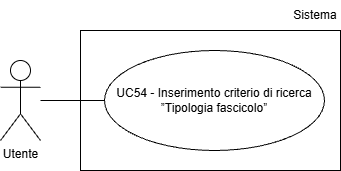
Earlier version of the draw.io export assets/Use_Case_Diagrams/UC54.png (Team-Three-Technologies/Documenti). Source tidied: cells renumbered, new cells last; positions are measured from the earlier drawing's top-left corner, leaving out a move shared by most shapes. Its diagram source:
```xml
<mxGraphModel>
  <root>
    <mxCell id="0" />
    <mxCell id="1" parent="0" />
    <mxCell id="2" value="Utente" style="shape=umlActor;verticalLabelPosition=bottom;verticalAlign=top;html=1;" parent="1" vertex="1">
      <mxGeometry y="60" width="40" height="80" as="geometry" />
    </mxCell>
    <mxCell id="3" value="UC54 - Inserimento criterio di ricerca ”Tipologia fascicolo”" style="ellipse;whiteSpace=wrap;html=1;align=center;" parent="1" vertex="1">
      <mxGeometry x="104" y="50" width="220" height="100" as="geometry" />
    </mxCell>
    <mxCell id="4" style="endArrow=none;html=1;rounded=0;entryX=0;entryY=0.5;entryDx=0;entryDy=0;" parent="1" edge="1" target="3">
      <mxGeometry relative="1" as="geometry">
        <mxPoint x="40" y="100" as="sourcePoint" />
      </mxGeometry>
    </mxCell>
    <mxCell id="5" style="rounded=0;whiteSpace=wrap;html=1;fillColor=none;" parent="1" vertex="1">
      <mxGeometry x="80" y="30" width="260" height="140" as="geometry" />
    </mxCell>
    <mxCell id="6" value="Sistema" style="text;html=1;whiteSpace=wrap;strokeColor=none;fillColor=none;align=center;verticalAlign=middle;rounded=0;" parent="1" vertex="1">
      <mxGeometry x="290" width="50" height="30" as="geometry" />
    </mxCell>
  </root>
</mxGraphModel>
```
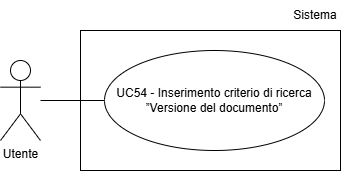
Later version of the same file.

Change to the diagram source:
```diff
@@ -5,19 +5,19 @@
     <mxCell id="2" value="Utente" style="shape=umlActor;verticalLabelPosition=bottom;verticalAlign=top;html=1;" parent="1" vertex="1">
       <mxGeometry y="60" width="40" height="80" as="geometry" />
     </mxCell>
-    <mxCell id="3" value="UC54 - Inserimento criterio di ricerca ”Tipologia fascicolo”" style="ellipse;whiteSpace=wrap;html=1;align=center;" parent="1" vertex="1">
-      <mxGeometry x="104" y="50" width="220" height="100" as="geometry" />
-    </mxCell>
-    <mxCell id="4" style="endArrow=none;html=1;rounded=0;entryX=0;entryY=0.5;entryDx=0;entryDy=0;" parent="1" edge="1" target="3">
-      <mxGeometry relative="1" as="geometry">
-        <mxPoint x="40" y="100" as="sourcePoint" />
-      </mxGeometry>
-    </mxCell>
+    <mxCell id="7" value="UC54 - Inserimento criterio di ricerca ”Versione del documento”" style="ellipse;whiteSpace=wrap;html=1;align=center;" parent="1" vertex="1">
+      <mxGeometry x="104" y="50" width="220" height="100" as="geometry" />
+    </mxCell>
+    <mxCell id="8" style="endArrow=none;html=1;rounded=0;entryX=0;entryY=0.5;entryDx=0;entryDy=0;" parent="1" edge="1" target="7">
+      <mxGeometry relative="1" as="geometry">
+        <mxPoint x="40" y="100" as="sourcePoint" />
+      </mxGeometry>
+    </mxCell>
+    <mxCell id="6" value="Sistema" style="text;html=1;whiteSpace=wrap;strokeColor=none;fillColor=none;align=center;verticalAlign=middle;rounded=0;" parent="1" vertex="1">
+      <mxGeometry x="290" width="50" height="30" as="geometry" />
+    </mxCell>
     <mxCell id="5" style="rounded=0;whiteSpace=wrap;html=1;fillColor=none;" parent="1" vertex="1">
       <mxGeometry x="80" y="30" width="260" height="140" as="geometry" />
     </mxCell>
-    <mxCell id="6" value="Sistema" style="text;html=1;whiteSpace=wrap;strokeColor=none;fillColor=none;align=center;verticalAlign=middle;rounded=0;" parent="1" vertex="1">
-      <mxGeometry x="290" width="50" height="30" as="geometry" />
-    </mxCell>
   </root>
 </mxGraphModel>
```
